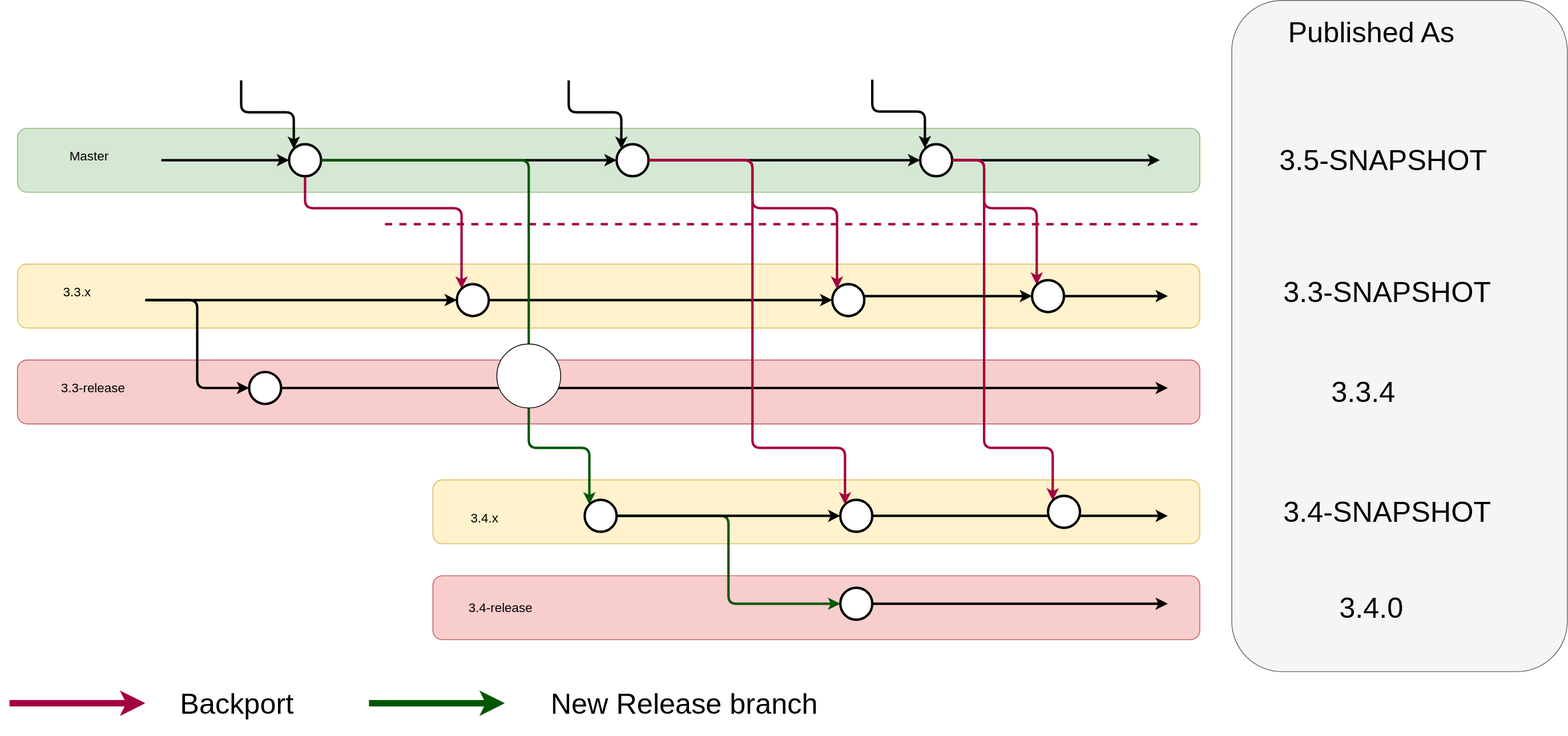
Above: docs/images/release-publish-model.svg in ucbjrl/chisel-repo-tools (draw.io), before the change. Source tidied: cells renumbered, new cells last; positions are measured from the earlier drawing's top-left corner, leaving out a move shared by most shapes.
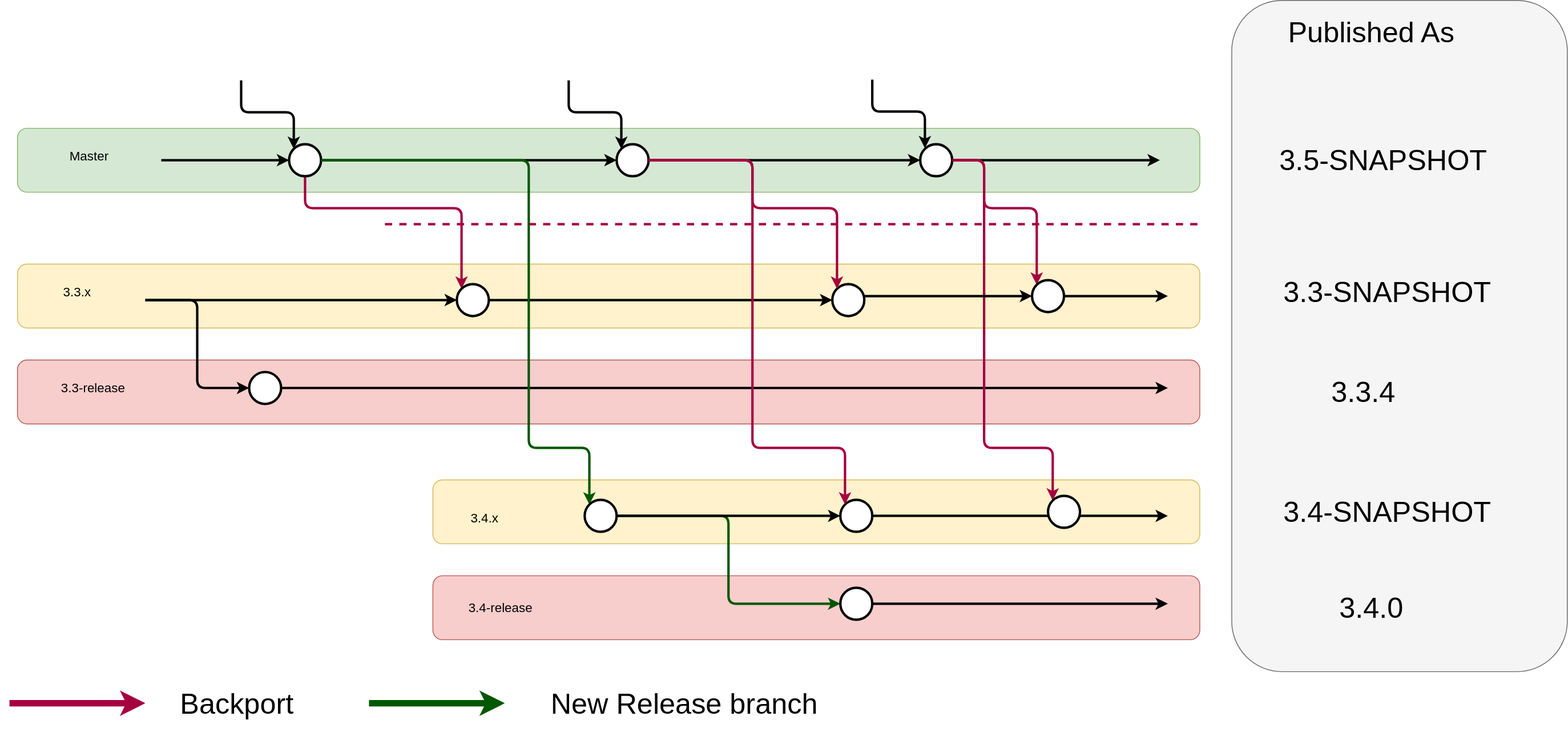
Later version of the same file.

Commit message:
Update publish_snapshots.py - Use arg-parse - simplify design - don't update Z.Y-release Small update to release-publish-graph

The edit, as a diff of the source:
```diff
@@ -271,8 +271,5 @@
     <mxCell id="57" value="&lt;font style=&quot;font-size: 36px&quot;&gt;3.4.0&lt;br&gt;&lt;/font&gt;" style="text;html=1;strokeColor=none;fillColor=none;align=center;verticalAlign=middle;whiteSpace=wrap;rounded=0;" parent="1" vertex="1">
       <mxGeometry x="1570" y="720" width="270" height="80" as="geometry" />
     </mxCell>
-    <mxCell id="58" style="ellipse;whiteSpace=wrap;html=1;" parent="1" vertex="1">
-      <mxGeometry x="610" y="430" width="80" height="80" as="geometry" />
-    </mxCell>
   </root>
 </mxGraphModel>
```
